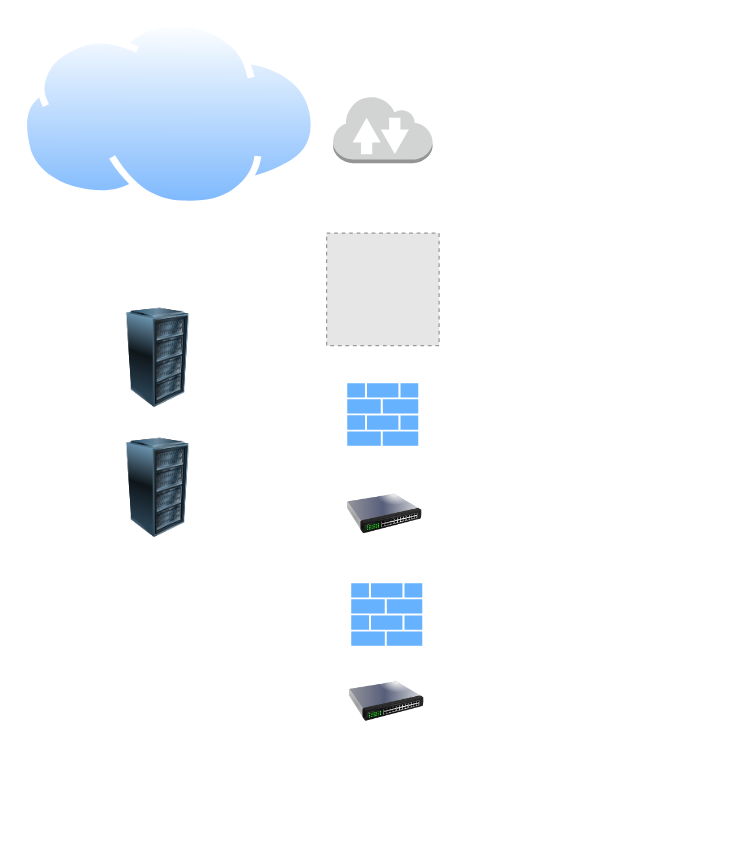
This is Case Study_network.drawio from Jeenix/info-sec, a draw.io file, before an edit. Source tidied: cells renumbered, new cells numbered last; positions are measured from the earlier drawing's top-left corner, leaving out a move shared by most shapes. Both pictures are drawn from the tidied source at 125%, with x=0, y=0 at pixel (20, 20). Pictures stored in the file or linked from it are replaced by grey dashed boxes.
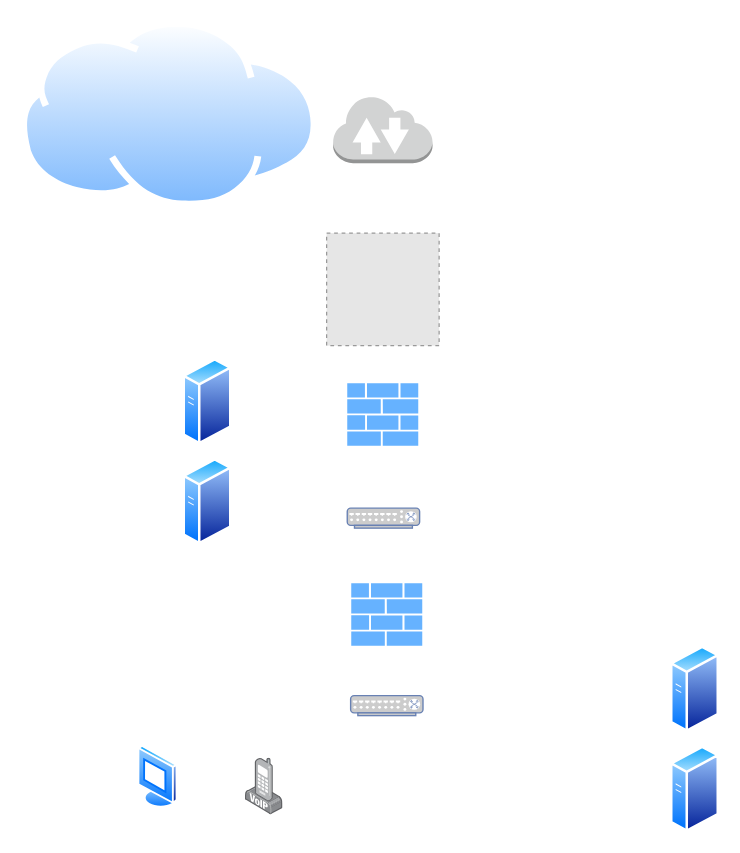
The same diagram, later.

Diff of the diagram source:
```diff
@@
 <mxGraphModel>
   <root>
     <mxCell id="0" />
     <mxCell id="1" parent="0" />
     <mxCell id="2" style="perimeter=ellipsePerimeter;html=1;align=center;shadow=0;dashed=0;spacingTop=3;image;image=img/lib/active_directory/internet_cloud.svg;" parent="1" vertex="1">
       <mxGeometry width="238.1" height="150" as="geometry" />
     </mxCell>
     <mxCell id="3" style="dashed=0;verticalLabelPosition=bottom;verticalAlign=top;align=center;html=1;shape=mxgraph.aws3.internet_2;fillColor=#D2D3D3;gradientColor=none;" parent="1" vertex="1">
       <mxGeometry x="250" y="60" width="79.5" height="54" as="geometry" />
     </mxCell>
     <mxCell id="4" style="fillColor=#E6E6E6;strokeColor=#999999;dashed=1;html=1;verticalAlign=top;verticalLabelPosition=bottom;labelBackgroundColor=#ffffff;" parent="1" vertex="1">
       <mxGeometry x="244.8" y="170" width="90" height="90" as="geometry" />
     </mxCell>
     <mxCell id="5" style="sketch=0;shadow=0;dashed=0;html=1;strokeColor=none;labelPosition=center;verticalLabelPosition=bottom;verticalAlign=top;align=center;fillColor=#66B2FF;shape=mxgraph.mscae.enterprise.firewall;" parent="1" vertex="1">
       <mxGeometry x="261.3" y="290" width="56.8" height="50" as="geometry" />
     </mxCell>
     <mxCell id="6" style="sketch=0;shadow=0;dashed=0;html=1;strokeColor=none;labelPosition=center;verticalLabelPosition=bottom;verticalAlign=top;align=center;fillColor=#66B2FF;shape=mxgraph.mscae.enterprise.firewall;" parent="1" vertex="1">
       <mxGeometry x="264.5" y="450" width="56.8" height="50" as="geometry" />
     </mxCell>
-    <mxCell id="7" style="image;html=1;image=img/lib/clip_art/networking/Switch_128x128.png;fillColor=#66B2FF;" parent="1" vertex="1">
-      <mxGeometry x="261.3" y="360" width="60" height="70" as="geometry" />
-    </mxCell>
-    <mxCell id="8" style="image;html=1;image=img/lib/clip_art/computers/Server_Rack_128x128.png;fillColor=#66B2FF;" parent="1" vertex="1">
-      <mxGeometry x="70" y="230" width="80" height="80" as="geometry" />
-    </mxCell>
-    <mxCell id="9" style="image;html=1;image=img/lib/clip_art/computers/Server_Rack_128x128.png;fillColor=#66B2FF;" parent="1" vertex="1">
-      <mxGeometry x="70" y="334" width="80" height="80" as="geometry" />
-    </mxCell>
-    <mxCell id="10" style="image;html=1;image=img/lib/clip_art/networking/Switch_128x128.png;fillColor=#66B2FF;" parent="1" vertex="1">
-      <mxGeometry x="262.9" y="510" width="60" height="70" as="geometry" />
-    </mxCell>
+    <mxCell id="11" style="perimeter=ellipsePerimeter;html=1;align=center;shadow=0;dashed=0;spacingTop=3;image;image=img/lib/active_directory/vista_terminal.svg;fillColor=#66B2FF;" parent="1" vertex="1">
+      <mxGeometry x="93.8" y="580" width="32.5" height="50" as="geometry" />
+    </mxCell>
+    <mxCell id="12" style="html=1;align=center;shadow=0;dashed=0;image;image=img/lib/allied_telesis/computer_and_terminals/VOIP_IP_phone.svg;fillColor=#3399FF;" parent="1" vertex="1">
+      <mxGeometry x="180" y="590" width="30" height="45.6" as="geometry" />
+    </mxCell>
+    <mxCell id="13" style="perimeter=ellipsePerimeter;html=1;align=center;shadow=0;dashed=0;spacingTop=3;image;image=img/lib/active_directory/generic_server.svg;fillColor=#3399FF;" parent="1" vertex="1">
+      <mxGeometry x="130" y="270" width="39.2" height="70" as="geometry" />
+    </mxCell>
+    <mxCell id="14" style="perimeter=ellipsePerimeter;html=1;align=center;shadow=0;dashed=0;spacingTop=3;image;image=img/lib/active_directory/generic_server.svg;fillColor=#3399FF;" parent="1" vertex="1">
+      <mxGeometry x="130" y="350" width="39.2" height="70" as="geometry" />
+    </mxCell>
+    <mxCell id="15" style="perimeter=ellipsePerimeter;html=1;align=center;shadow=0;dashed=0;spacingTop=3;image;image=img/lib/active_directory/generic_server.svg;fillColor=#3399FF;" parent="1" vertex="1">
+      <mxGeometry x="520" y="500" width="39.2" height="70" as="geometry" />
+    </mxCell>
+    <mxCell id="16" style="perimeter=ellipsePerimeter;html=1;align=center;shadow=0;dashed=0;spacingTop=3;image;image=img/lib/active_directory/generic_server.svg;fillColor=#3399FF;" parent="1" vertex="1">
+      <mxGeometry x="520" y="580" width="39.2" height="70" as="geometry" />
+    </mxCell>
+    <mxCell id="17" style="fontColor=#0066CC;verticalAlign=top;verticalLabelPosition=bottom;labelPosition=center;align=center;html=1;fillColor=#CCCCCC;strokeColor=#6881B3;gradientColor=none;gradientDirection=north;strokeWidth=2;shape=mxgraph.networks.switch;" parent="1" vertex="1">
+      <mxGeometry x="261.3" y="390" width="57.9" height="16" as="geometry" />
+    </mxCell>
+    <mxCell id="18" style="fontColor=#0066CC;verticalAlign=top;verticalLabelPosition=bottom;labelPosition=center;align=center;html=1;fillColor=#CCCCCC;strokeColor=#6881B3;gradientColor=none;gradientDirection=north;strokeWidth=2;shape=mxgraph.networks.switch;" parent="1" vertex="1">
+      <mxGeometry x="264" y="540" width="57.9" height="16" as="geometry" />
+    </mxCell>
   </root>
 </mxGraphModel>
```
